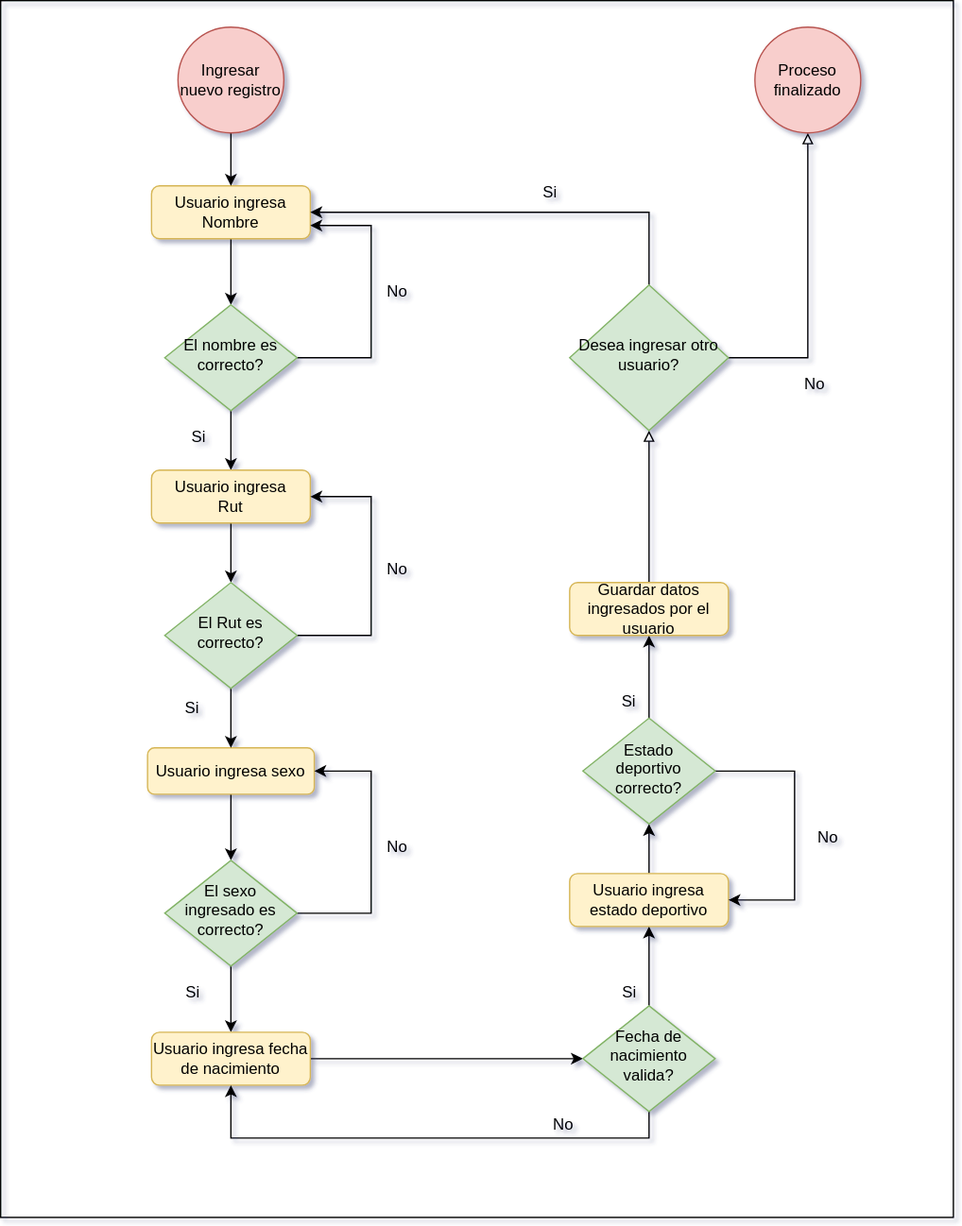
The draw.io diagram Diagramas/DiagFlujoIngresarPersona.svg in MaxIbanez/Taller1P1_MI_JC, before a commit. Source tidied: cells renumbered, new cells last; positions are measured from the earlier drawing's top-left corner, leaving out a move shared by most shapes.
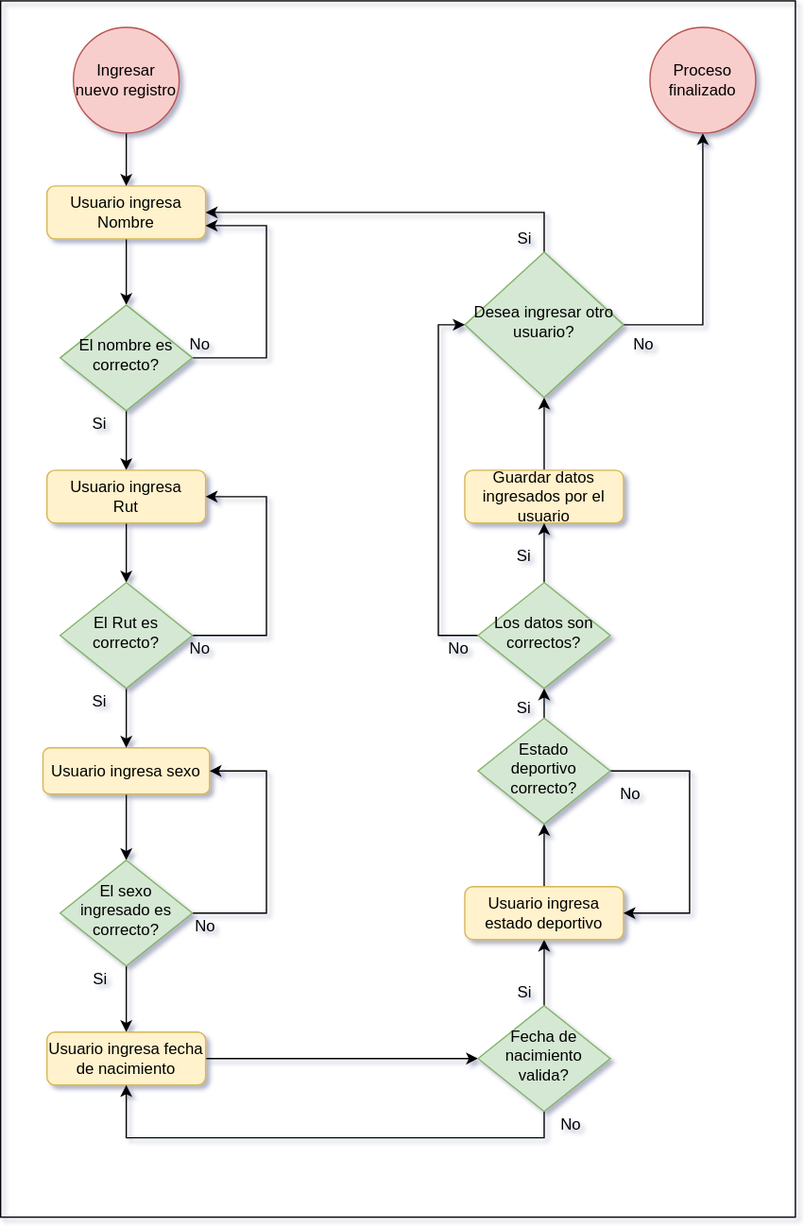
Above is the later version.

Change to the diagram source:
```diff
@@ -63,42 +63,42 @@
       <mxGeometry x="440" y="760" width="100" height="80" as="geometry" />
     </mxCell>
     <mxCell id="17" value="No" style="text;html=1;align=center;verticalAlign=middle;" parent="1" vertex="1">
-      <mxGeometry x="410" y="840" width="30" height="20" as="geometry" />
+      <mxGeometry x="495" y="840" width="30" height="20" as="geometry" />
     </mxCell>
     <mxCell id="18" style="edgeStyle=orthogonalEdgeStyle;rounded=0;jettySize=auto;html=1;" parent="1" edge="1" source="19" target="24">
       <mxGeometry relative="1" as="geometry" />
     </mxCell>
     <mxCell id="19" value="Usuario ingresa estado deportivo" style="rounded=1;whiteSpace=wrap;html=1;fontSize=12;glass=0;strokeWidth=1;shadow=0;fillColor=#fff2cc;strokeColor=#d6b656;" parent="1" vertex="1">
-      <mxGeometry x="430" y="660" width="120" height="40" as="geometry" />
+      <mxGeometry x="430" y="670" width="120" height="40" as="geometry" />
     </mxCell>
     <mxCell id="20" value="Si" style="text;html=1;align=center;verticalAlign=middle;" parent="1" vertex="1">
       <mxGeometry x="460" y="740" width="30" height="20" as="geometry" />
     </mxCell>
     <mxCell id="21" value="Si" style="text;html=1;align=center;verticalAlign=middle;" parent="1" vertex="1">
-      <mxGeometry x="130" y="740" width="30" height="20" as="geometry" />
+      <mxGeometry x="139" y="730" width="30" height="20" as="geometry" />
     </mxCell>
     <mxCell id="22" style="edgeStyle=orthogonalEdgeStyle;rounded=0;jettySize=auto;html=1;entryX=1;entryY=0.5;entryDx=0;entryDy=0;" parent="1" edge="1" source="24" target="19">
       <mxGeometry relative="1" as="geometry">
         <Array as="points">
           <mxPoint x="600" y="583" />
-          <mxPoint x="600" y="680" />
+          <mxPoint x="600" y="690" />
         </Array>
       </mxGeometry>
     </mxCell>
-    <mxCell id="23" style="edgeStyle=orthogonalEdgeStyle;rounded=0;jettySize=auto;html=1;entryX=0.5;entryY=1;entryDx=0;entryDy=0;" parent="1" edge="1" source="24" target="27">
-      <mxGeometry relative="1" as="geometry" />
-    </mxCell>
+    <mxCell id="48" style="edgeStyle=orthogonalEdgeStyle;rounded=0;jettySize=auto;html=1;" parent="1" edge="1" source="24" target="51">
+      <mxGeometry relative="1" as="geometry" />
+    </mxCell>
     <mxCell id="24" value="Estado deportivo correcto?" style="rhombus;whiteSpace=wrap;html=1;shadow=0;fontFamily=Helvetica;fontSize=12;align=center;strokeWidth=1;spacing=6;spacingTop=-4;fillColor=#d5e8d4;strokeColor=#82b366;" parent="1" vertex="1">
       <mxGeometry x="440" y="542.5" width="100" height="80" as="geometry" />
     </mxCell>
     <mxCell id="25" value="No" style="text;html=1;align=center;verticalAlign=middle;" parent="1" vertex="1">
-      <mxGeometry x="610" y="622.5" width="30" height="20" as="geometry" />
+      <mxGeometry x="540" y="590" width="30" height="20" as="geometry" />
     </mxCell>
-    <mxCell id="26" style="edgeStyle=orthogonalEdgeStyle;rounded=0;jettySize=auto;html=1;entryX=0.5;entryY=1;entryDx=0;entryDy=0;endArrow=block;endFill=0;" parent="1" edge="1" source="27" target="32">
+    <mxCell id="26" style="edgeStyle=orthogonalEdgeStyle;rounded=0;jettySize=auto;html=1;entryX=0.5;entryY=1;entryDx=0;entryDy=0;" parent="1" edge="1" source="27" target="32">
       <mxGeometry relative="1" as="geometry" />
     </mxCell>
     <mxCell id="27" value="Guardar datos ingresados por el usuario" style="rounded=1;whiteSpace=wrap;html=1;fontSize=12;glass=0;strokeWidth=1;shadow=0;fillColor=#fff2cc;strokeColor=#d6b656;" parent="1" vertex="1">
-      <mxGeometry x="430" y="440" width="120" height="40" as="geometry" />
+      <mxGeometry x="430" y="355" width="120" height="40" as="geometry" />
     </mxCell>
     <mxCell id="28" style="edgeStyle=orthogonalEdgeStyle;rounded=0;jettySize=auto;html=1;exitX=0.5;exitY=1;exitDx=0;exitDy=0;" parent="1" edge="1" source="29" target="3">
       <mxGeometry relative="1" as="geometry" />
@@ -106,30 +106,30 @@
     <mxCell id="29" value="Ingresar nuevo registro" style="ellipse;whiteSpace=wrap;html=1;fillColor=#f8cecc;strokeColor=#b85450;" parent="1" vertex="1">
       <mxGeometry x="134" y="20" width="80" height="80" as="geometry" />
     </mxCell>
+    <mxCell id="31" style="edgeStyle=orthogonalEdgeStyle;rounded=0;jettySize=auto;html=1;" parent="1" edge="1" source="32" target="3">
+      <mxGeometry relative="1" as="geometry">
+        <Array as="points">
+          <mxPoint x="490" y="160" />
+        </Array>
+      </mxGeometry>
+    </mxCell>
-    <mxCell id="30" style="edgeStyle=orthogonalEdgeStyle;rounded=0;jettySize=auto;html=1;endArrow=block;endFill=0;" parent="1" edge="1" source="32" target="35">
+    <mxCell id="30" style="edgeStyle=orthogonalEdgeStyle;rounded=0;jettySize=auto;html=1;entryX=0.5;entryY=1;entryDx=0;entryDy=0;" parent="1" edge="1" source="32" target="35">
       <mxGeometry relative="1" as="geometry" />
     </mxCell>
-    <mxCell id="31" style="edgeStyle=orthogonalEdgeStyle;rounded=0;jettySize=auto;html=1;" parent="1" edge="1" source="32" target="3">
-      <mxGeometry relative="1" as="geometry">
-        <Array as="points">
-          <mxPoint x="490" y="160" />
-        </Array>
-      </mxGeometry>
-    </mxCell>
     <mxCell id="32" value="Desea ingresar otro usuario?" style="rhombus;whiteSpace=wrap;html=1;shadow=0;fontFamily=Helvetica;fontSize=12;align=center;strokeWidth=1;spacing=6;spacingTop=-4;fillColor=#d5e8d4;strokeColor=#82b366;" parent="1" vertex="1">
-      <mxGeometry x="430" y="215" width="120" height="110" as="geometry" />
+      <mxGeometry x="430" y="190" width="120" height="110" as="geometry" />
     </mxCell>
     <mxCell id="33" value="Si" style="text;html=1;align=center;verticalAlign=middle;" parent="1" vertex="1">
-      <mxGeometry x="400" y="135" width="30" height="20" as="geometry" />
+      <mxGeometry x="460" y="170" width="30" height="20" as="geometry" />
     </mxCell>
     <mxCell id="34" value="No" style="text;html=1;align=center;verticalAlign=middle;" parent="1" vertex="1">
-      <mxGeometry x="600" y="280" width="30" height="20" as="geometry" />
+      <mxGeometry x="550" y="250" width="30" height="20" as="geometry" />
     </mxCell>
     <mxCell id="35" value="Proceso finalizado" style="ellipse;whiteSpace=wrap;html=1;fillColor=#f8cecc;strokeColor=#b85450;" parent="1" vertex="1">
       <mxGeometry x="570" y="20" width="80" height="80" as="geometry" />
     </mxCell>
     <mxCell id="36" style="rounded=0;whiteSpace=wrap;html=1;fillColor=none;" parent="1" vertex="1">
-      <mxGeometry width="720" height="920" as="geometry" />
+      <mxGeometry x="79" width="601" height="920" as="geometry" />
     </mxCell>
     <mxCell id="37" style="edgeStyle=orthogonalEdgeStyle;rounded=0;jettySize=auto;html=1;" parent="1" edge="1" source="38" target="41">
       <mxGeometry relative="1" as="geometry" />
@@ -152,22 +152,42 @@
       <mxGeometry x="124" y="440" width="100" height="80" as="geometry" />
     </mxCell>
     <mxCell id="42" value="No" style="text;html=1;strokeColor=none;fillColor=none;align=center;verticalAlign=middle;whiteSpace=wrap;rounded=0;" parent="1" vertex="1">
-      <mxGeometry x="280" y="210" width="40" height="20" as="geometry" />
+      <mxGeometry x="210" y="250" width="40" height="20" as="geometry" />
     </mxCell>
     <mxCell id="43" value="No" style="text;html=1;strokeColor=none;fillColor=none;align=center;verticalAlign=middle;whiteSpace=wrap;rounded=0;" parent="1" vertex="1">
-      <mxGeometry x="280" y="420" width="40" height="20" as="geometry" />
+      <mxGeometry x="210" y="480" width="40" height="20" as="geometry" />
     </mxCell>
     <mxCell id="44" value="Si" style="text;html=1;strokeColor=none;fillColor=none;align=center;verticalAlign=middle;whiteSpace=wrap;rounded=0;" parent="1" vertex="1">
-      <mxGeometry x="130" y="320" width="40" height="20" as="geometry" />
+      <mxGeometry x="134" y="310" width="40" height="20" as="geometry" />
     </mxCell>
     <mxCell id="45" value="Si" style="text;html=1;strokeColor=none;fillColor=none;align=center;verticalAlign=middle;whiteSpace=wrap;rounded=0;" parent="1" vertex="1">
-      <mxGeometry x="125" y="525" width="40" height="20" as="geometry" />
+      <mxGeometry x="134" y="520" width="40" height="20" as="geometry" />
     </mxCell>
     <mxCell id="46" value="No" style="text;html=1;strokeColor=none;fillColor=none;align=center;verticalAlign=middle;whiteSpace=wrap;rounded=0;" parent="1" vertex="1">
-      <mxGeometry x="280" y="630" width="40" height="20" as="geometry" />
+      <mxGeometry x="214" y="690" width="40" height="20" as="geometry" />
     </mxCell>
     <mxCell id="47" value="Si" style="text;html=1;strokeColor=none;fillColor=none;align=center;verticalAlign=middle;whiteSpace=wrap;rounded=0;" parent="1" vertex="1">
-      <mxGeometry x="455" y="520" width="40" height="20" as="geometry" />
+      <mxGeometry x="455" y="525" width="40" height="20" as="geometry" />
     </mxCell>
+    <mxCell id="49" style="edgeStyle=orthogonalEdgeStyle;rounded=0;jettySize=auto;html=1;" parent="1" edge="1" source="51" target="27">
+      <mxGeometry relative="1" as="geometry" />
+    </mxCell>
+    <mxCell id="50" style="edgeStyle=orthogonalEdgeStyle;rounded=0;jettySize=auto;html=1;entryX=0;entryY=0.5;entryDx=0;entryDy=0;" parent="1" edge="1" source="51" target="32">
+      <mxGeometry relative="1" as="geometry">
+        <Array as="points">
+          <mxPoint x="410" y="480" />
+          <mxPoint x="410" y="245" />
+        </Array>
+      </mxGeometry>
+    </mxCell>
+    <mxCell id="51" value="Los datos son correctos?" style="rhombus;whiteSpace=wrap;html=1;shadow=0;fontFamily=Helvetica;fontSize=12;align=center;strokeWidth=1;spacing=6;spacingTop=-4;fillColor=#d5e8d4;strokeColor=#82b366;" parent="1" vertex="1">
+      <mxGeometry x="440" y="440" width="100" height="80" as="geometry" />
+    </mxCell>
+    <mxCell id="52" value="Si" style="text;html=1;strokeColor=none;fillColor=none;align=center;verticalAlign=middle;whiteSpace=wrap;rounded=0;" parent="1" vertex="1">
+      <mxGeometry x="455" y="410" width="40" height="20" as="geometry" />
+    </mxCell>
+    <mxCell id="53" value="No" style="text;html=1;align=center;verticalAlign=middle;" parent="1" vertex="1">
+      <mxGeometry x="410" y="480" width="30" height="20" as="geometry" />
+    </mxCell>
   </root>
 </mxGraphModel>
```
